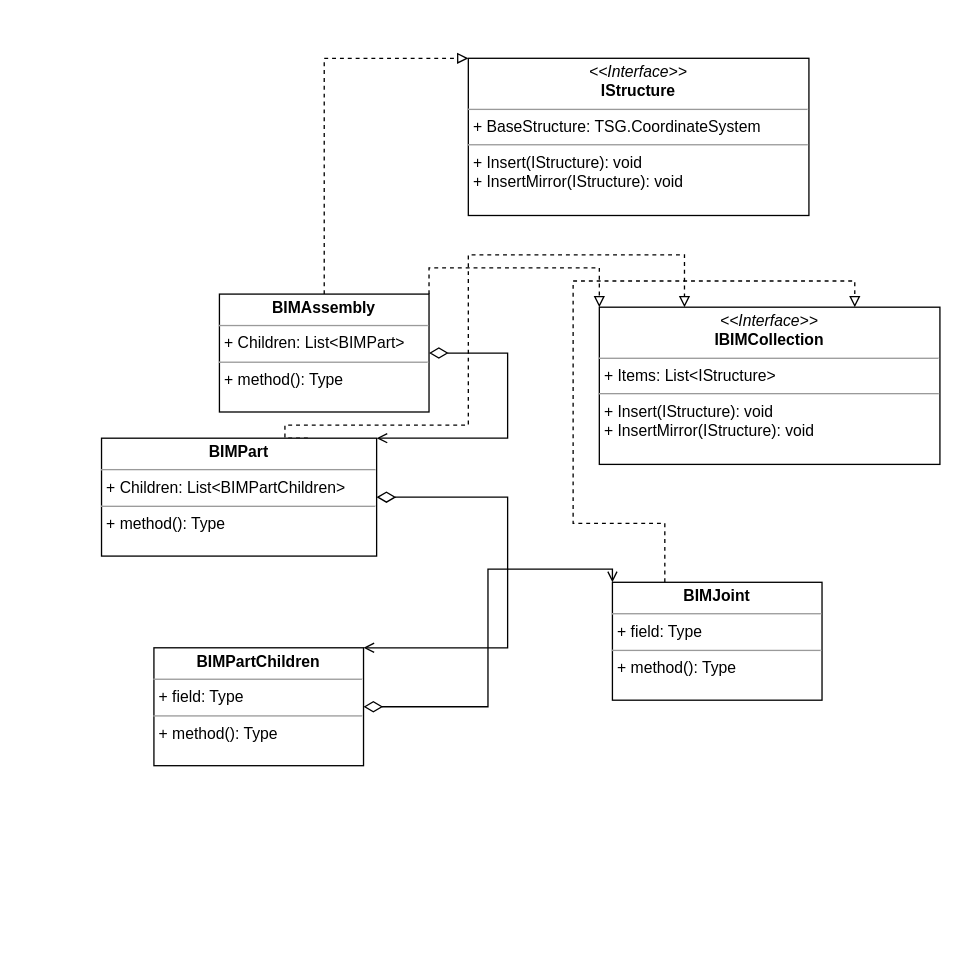
AATerekhov/BIM_KJI_Manage keeps this draw.io diagram as page "BIMPropotype_Lib" (2 of 3) of Prototype.drawio. Above is the earlier version. Source tidied: cells renumbered, new cells numbered last; positions are measured from the earlier drawing's top-left corner, leaving out a move shared by most shapes. Both pictures are drawn from the tidied source at 131%, with x=0, y=0 at pixel (101, 58).
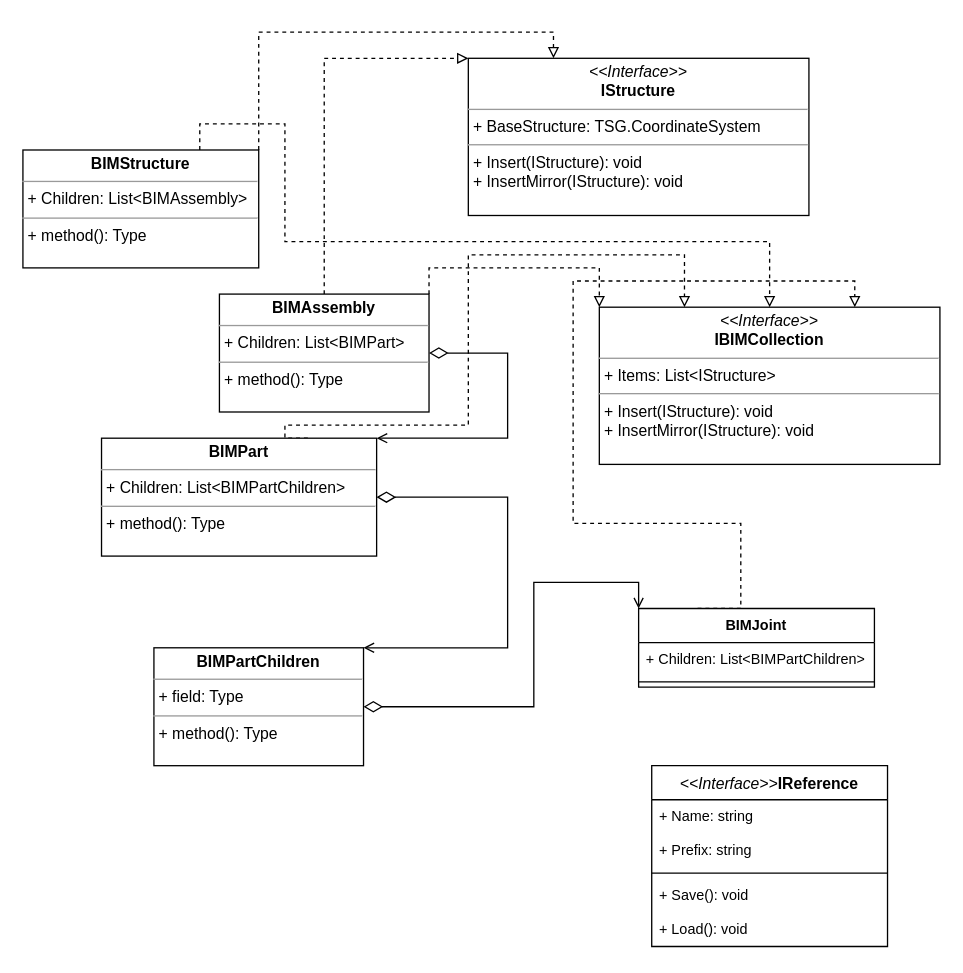
After the change.

Unchanged cells that the change refers to:
```xml
<mxCell id="2" value="&lt;p style=&quot;margin:0px;margin-top:4px;text-align:center;&quot;&gt;&lt;i&gt;&amp;lt;&amp;lt;Interface&amp;gt;&amp;gt;&lt;/i&gt;&lt;br&gt;&lt;b&gt;IStructure&lt;/b&gt;&lt;br&gt;&lt;/p&gt;&lt;hr size=&quot;1&quot;&gt;&lt;p style=&quot;margin:0px;margin-left:4px;&quot;&gt;+ BaseStructure: TSG.CoordinateSystem&lt;/p&gt;&lt;hr size=&quot;1&quot;&gt;&lt;p style=&quot;margin:0px;margin-left:4px;&quot;&gt;+ Insert(IStructure): void&lt;br&gt;+ InsertMirror(IStructure): void&lt;/p&gt;" style="verticalAlign=top;align=left;overflow=fill;fontSize=12;fontFamily=Helvetica;html=1;whiteSpace=wrap;" parent="1" vertex="1">
  <mxGeometry x="280" width="260" height="120" as="geometry" />
</mxCell>
<mxCell id="8" value="&lt;p style=&quot;margin:0px;margin-top:4px;text-align:center;&quot;&gt;&lt;b&gt;BIMPartChildren&lt;/b&gt;&lt;/p&gt;&lt;hr size=&quot;1&quot;&gt;&lt;p style=&quot;margin:0px;margin-left:4px;&quot;&gt;+ field: Type&lt;/p&gt;&lt;hr size=&quot;1&quot;&gt;&lt;p style=&quot;margin:0px;margin-left:4px;&quot;&gt;+ method(): Type&lt;/p&gt;" style="verticalAlign=top;align=left;overflow=fill;fontSize=12;fontFamily=Helvetica;html=1;whiteSpace=wrap;" parent="1" vertex="1">
  <mxGeometry x="40" y="450" width="160" height="90" as="geometry" />
</mxCell>
<mxCell id="14" value="&lt;p style=&quot;margin:0px;margin-top:4px;text-align:center;&quot;&gt;&lt;i&gt;&amp;lt;&amp;lt;Interface&amp;gt;&amp;gt;&lt;/i&gt;&lt;br&gt;&lt;b&gt;IBIMCollection&lt;/b&gt;&lt;br&gt;&lt;/p&gt;&lt;hr size=&quot;1&quot;&gt;&lt;p style=&quot;margin:0px;margin-left:4px;&quot;&gt;+ Items: List&amp;lt;IStructure&amp;gt;&lt;/p&gt;&lt;hr size=&quot;1&quot;&gt;&lt;p style=&quot;margin:0px;margin-left:4px;&quot;&gt;+ Insert(IStructure): void&lt;br&gt;+ InsertMirror(IStructure): void&lt;/p&gt;" style="verticalAlign=top;align=left;overflow=fill;fontSize=12;fontFamily=Helvetica;html=1;whiteSpace=wrap;" parent="1" vertex="1">
  <mxGeometry x="380" y="190" width="260" height="120" as="geometry" />
</mxCell>
```

Diff of the diagram source:
```diff
@@
-    <mxCell id="9" style="edgeStyle=orthogonalEdgeStyle;shape=connector;rounded=0;jettySize=auto;html=1;exitX=0.25;exitY=0;exitDx=0;exitDy=0;entryX=0.75;entryY=0;entryDx=0;entryDy=0;dashed=1;labelBackgroundColor=default;strokeColor=default;fontFamily=Helvetica;fontSize=11;fontColor=default;endArrow=block;endFill=0;" parent="1" edge="1" source="10" target="14">
+    <mxCell id="9" style="edgeStyle=orthogonalEdgeStyle;shape=connector;rounded=0;jettySize=auto;html=1;exitX=0.25;exitY=0;exitDx=0;exitDy=0;entryX=0.75;entryY=0;entryDx=0;entryDy=0;dashed=1;labelBackgroundColor=default;strokeColor=default;fontFamily=Helvetica;fontSize=11;fontColor=default;endArrow=block;endFill=0;" parent="1" edge="1" source="18" target="14">
       <mxGeometry relative="1" as="geometry">
         <Array as="points">
-          <mxPoint x="430" y="355" />
+          <mxPoint x="488" y="355" />
           <mxPoint x="360" y="355" />
           <mxPoint x="360" y="170" />
           <mxPoint x="575" y="170" />
         </Array>
       </mxGeometry>
     </mxCell>
-    <mxCell id="10" value="&lt;p style=&quot;margin:0px;margin-top:4px;text-align:center;&quot;&gt;&lt;b&gt;BIMJoint&lt;/b&gt;&lt;br&gt;&lt;/p&gt;&lt;hr size=&quot;1&quot;&gt;&lt;p style=&quot;margin:0px;margin-left:4px;&quot;&gt;+ field: Type&lt;/p&gt;&lt;hr size=&quot;1&quot;&gt;&lt;p style=&quot;margin:0px;margin-left:4px;&quot;&gt;+ method(): Type&lt;/p&gt;" style="verticalAlign=top;align=left;overflow=fill;fontSize=12;fontFamily=Helvetica;html=1;whiteSpace=wrap;" parent="1" vertex="1">
-      <mxGeometry x="390" y="400" width="160" height="90" as="geometry" />
-    </mxCell>
-    <mxCell id="11" style="endArrow=open;html=1;edgeStyle=orthogonalEdgeStyle;rounded=0;endFill=0;startArrow=diamondThin;startFill=0;startSize=12;exitX=1;exitY=0.5;exitDx=0;exitDy=0;entryX=0;entryY=0;entryDx=0;entryDy=0;" parent="1" edge="1" source="8" target="10">
-      <mxGeometry relative="1" as="geometry" />
+    <mxCell id="11" style="endArrow=open;html=1;edgeStyle=orthogonalEdgeStyle;rounded=0;endFill=0;startArrow=diamondThin;startFill=0;startSize=12;exitX=1;exitY=0.5;exitDx=0;exitDy=0;entryX=0;entryY=0;entryDx=0;entryDy=0;" parent="1" edge="1" source="8" target="18">
+      <mxGeometry relative="1" as="geometry">
+        <Array as="points">
+          <mxPoint x="330" y="495" />
+          <mxPoint x="330" y="400" />
+          <mxPoint x="410" y="400" />
+        </Array>
+      </mxGeometry>
     </mxCell>
@@
+    <mxCell id="15" style="edgeStyle=orthogonalEdgeStyle;shape=connector;rounded=0;jettySize=auto;html=1;exitX=1;exitY=0;exitDx=0;exitDy=0;entryX=0.25;entryY=0;entryDx=0;entryDy=0;labelBackgroundColor=default;strokeColor=default;fontFamily=Helvetica;fontSize=11;fontColor=default;startArrow=none;startFill=0;endArrow=block;endFill=0;startSize=6;endSize=6;dashed=1;" parent="1" edge="1" source="17" target="2">
+      <mxGeometry relative="1" as="geometry" />
+    </mxCell>
+    <mxCell id="16" style="edgeStyle=orthogonalEdgeStyle;shape=connector;rounded=0;jettySize=auto;html=1;exitX=0.75;exitY=0;exitDx=0;exitDy=0;dashed=1;labelBackgroundColor=default;strokeColor=default;fontFamily=Helvetica;fontSize=11;fontColor=default;startArrow=none;startFill=0;endArrow=block;endFill=0;startSize=6;endSize=6;" parent="1" edge="1" source="17" target="14">
+      <mxGeometry relative="1" as="geometry">
+        <Array as="points">
+          <mxPoint x="75" y="50" />
+          <mxPoint x="140" y="50" />
+          <mxPoint x="140" y="140" />
+          <mxPoint x="510" y="140" />
+        </Array>
+      </mxGeometry>
+    </mxCell>
+    <mxCell id="17" value="&lt;p style=&quot;margin:0px;margin-top:4px;text-align:center;&quot;&gt;&lt;b&gt;BIMStructure&lt;/b&gt;&lt;/p&gt;&lt;hr size=&quot;1&quot;&gt;&lt;p style=&quot;margin:0px;margin-left:4px;&quot;&gt;+ Children: List&amp;lt;BIMAssembly&amp;gt;&lt;/p&gt;&lt;hr size=&quot;1&quot;&gt;&lt;p style=&quot;margin:0px;margin-left:4px;&quot;&gt;+ method(): Type&lt;/p&gt;" style="verticalAlign=top;align=left;overflow=fill;fontSize=12;fontFamily=Helvetica;html=1;whiteSpace=wrap;" parent="1" vertex="1">
+      <mxGeometry x="-60" y="70" width="180" height="90" as="geometry" />
+    </mxCell>
+    <mxCell id="18" value="BIMJoint" style="swimlane;fontStyle=1;align=center;verticalAlign=top;horizontal=1;startSize=26;whiteSpace=wrap;html=1;fontFamily=Helvetica;fontSize=11;fontColor=default;" parent="1" vertex="1">
+      <mxGeometry x="410" y="420" width="180" height="60" as="geometry" />
+    </mxCell>
+    <mxCell id="19" value="+ Children: List&amp;lt;BIMPartChildren&amp;gt;" style="text;strokeColor=none;fillColor=none;align=left;verticalAlign=top;spacingLeft=4;spacingRight=4;overflow=hidden;whiteSpace=wrap;html=1;fontSize=11;fontFamily=Helvetica;fontColor=default;" parent="18" vertex="1">
+      <mxGeometry y="26" width="180" height="26" as="geometry" />
+    </mxCell>
+    <mxCell id="20" style="line;strokeWidth=1;fillColor=none;align=left;verticalAlign=middle;spacingTop=-1;spacingLeft=3;spacingRight=3;labelPosition=right;strokeColor=inherit;fontFamily=Helvetica;fontSize=11;fontColor=default;" parent="18" vertex="1">
+      <mxGeometry y="52" width="180" height="8" as="geometry" />
+    </mxCell>
+    <mxCell id="21" value="&lt;i style=&quot;border-color: var(--border-color); font-size: 12px; font-weight: 400;&quot;&gt;&amp;lt;&amp;lt;Interface&amp;gt;&amp;gt;&lt;/i&gt;&lt;b style=&quot;border-color: var(--border-color); font-size: 12px;&quot;&gt;IReference&lt;/b&gt;" style="swimlane;fontStyle=1;align=center;verticalAlign=top;horizontal=1;startSize=26;whiteSpace=wrap;html=1;fontFamily=Helvetica;fontSize=11;fontColor=default;" parent="1" vertex="1">
+      <mxGeometry x="420" y="540" width="180" height="138" as="geometry" />
+    </mxCell>
+    <mxCell id="22" value="+ Name: string" style="text;strokeColor=none;fillColor=none;align=left;verticalAlign=top;spacingLeft=4;spacingRight=4;overflow=hidden;whiteSpace=wrap;html=1;fontSize=11;fontFamily=Helvetica;fontColor=default;" parent="21" vertex="1">
+      <mxGeometry y="26" width="180" height="26" as="geometry" />
+    </mxCell>
+    <mxCell id="23" value="+ Prefix: string" style="text;strokeColor=none;fillColor=none;align=left;verticalAlign=top;spacingLeft=4;spacingRight=4;overflow=hidden;whiteSpace=wrap;html=1;fontSize=11;fontFamily=Helvetica;fontColor=default;" parent="21" vertex="1">
+      <mxGeometry y="52" width="180" height="26" as="geometry" />
+    </mxCell>
+    <mxCell id="24" style="line;strokeWidth=1;fillColor=none;align=left;verticalAlign=middle;spacingTop=-1;spacingLeft=3;spacingRight=3;labelPosition=right;strokeColor=inherit;fontFamily=Helvetica;fontSize=11;fontColor=default;" parent="21" vertex="1">
+      <mxGeometry y="78" width="180" height="8" as="geometry" />
+    </mxCell>
+    <mxCell id="25" value="+ Save(): void" style="text;strokeColor=none;fillColor=none;align=left;verticalAlign=top;spacingLeft=4;spacingRight=4;overflow=hidden;whiteSpace=wrap;html=1;fontSize=11;fontFamily=Helvetica;fontColor=default;" parent="21" vertex="1">
+      <mxGeometry y="86" width="180" height="26" as="geometry" />
+    </mxCell>
+    <mxCell id="26" value="+ Load(): void" style="text;strokeColor=none;fillColor=none;align=left;verticalAlign=top;spacingLeft=4;spacingRight=4;overflow=hidden;whiteSpace=wrap;html=1;fontSize=11;fontFamily=Helvetica;fontColor=default;" parent="21" vertex="1">
+      <mxGeometry y="112" width="180" height="26" as="geometry" />
+    </mxCell>
```
